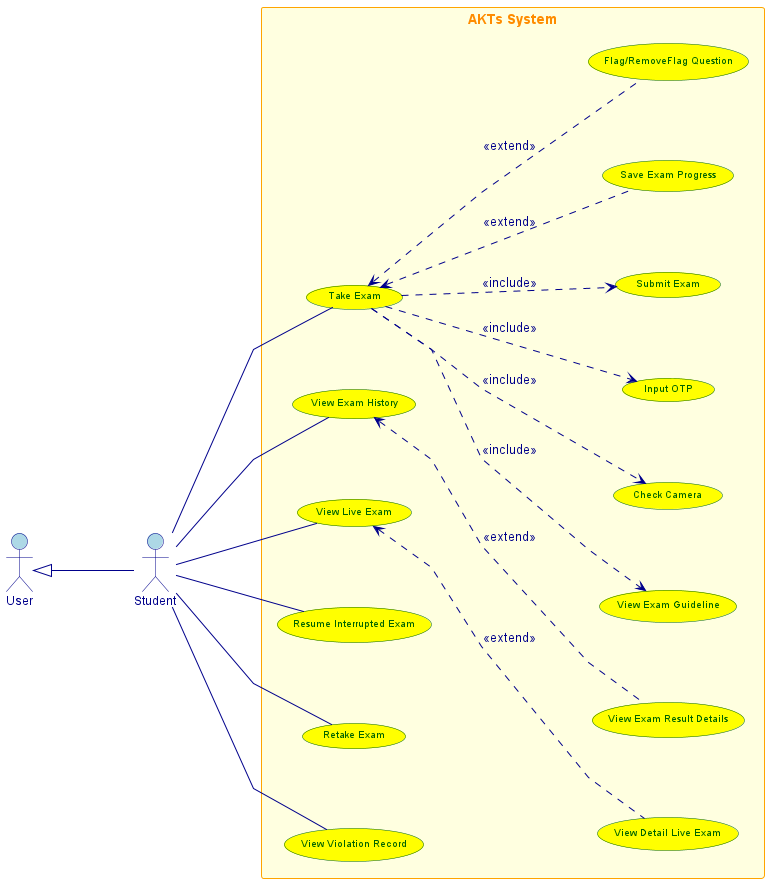
This is design/out/student/student.png from conghoan1211/AI-Kiosk-Testing-system, a PlantUML export, as it was before one commit. The source it was exported from:
```plantuml
@startuml
left to right direction
skinparam linetype polyline
skinparam nodesep 80
skinparam ranksep 100

skinparam actor {
  BackgroundColor lightblue
  BorderColor darkblue
  FontColor darkblue
  FontSize 12
}


skinparam usecase {
  BackgroundColor yellow
  BorderColor darkgreen
  FontColor darkgreen
  FontSize 10
}


skinparam rectangle {
  BackgroundColor lightyellow
  BorderColor orange
  FontColor darkorange
  FontSize 14
  FontStyle bold
}


skinparam arrow {
  Color darkblue
  FontColor darkblue
}


together {
  actor User as "User"
  actor Student as "Student"

}

rectangle "AKTs System" {
  (View Live Exam) as ViewLiveExam
  (View Detail Live Exam) as ViewDetailLiveExam
  (View Exam History) as ViewExamHistory
  (View Exam Result Details) as ViewExamResultDetails
  (View Exam Guideline) as ViewExamGuidelines
  (Check Camera) as CheckCamera
  (Take Exam) as TakeExam
  (Input OTP) as InputOTP
  (Submit Exam) as SubmitExam
  (Save Exam Progress) as SaveExamProgress
  (Flag/RemoveFlag Question) as FlagQuestion
  (Resume Interrupted Exam) as ResumeInterruptedExam
  (Retake Exam) as RetakeExam
  (View Violation Record) as ViewViolationRecord
}
User <|-d- Student
Student -- ViewLiveExam
Student -- ViewExamHistory
Student -- TakeExam
Student -- ResumeInterruptedExam
Student -- RetakeExam
Student -- ViewViolationRecord

ViewDetailLiveExam .u.> ViewLiveExam : <<extend>>
ViewExamResultDetails .u.> ViewExamHistory : <<extend>>
TakeExam .d.> InputOTP : <<include>>
TakeExam .d.> CheckCamera : <<include>>
TakeExam .d.> ViewExamGuidelines : <<include>>
TakeExam .d.> SubmitExam : <<include>>
SaveExamProgress .u.> TakeExam : <<extend>>
FlagQuestion .u.> TakeExam : <<extend>>

@enduml
```
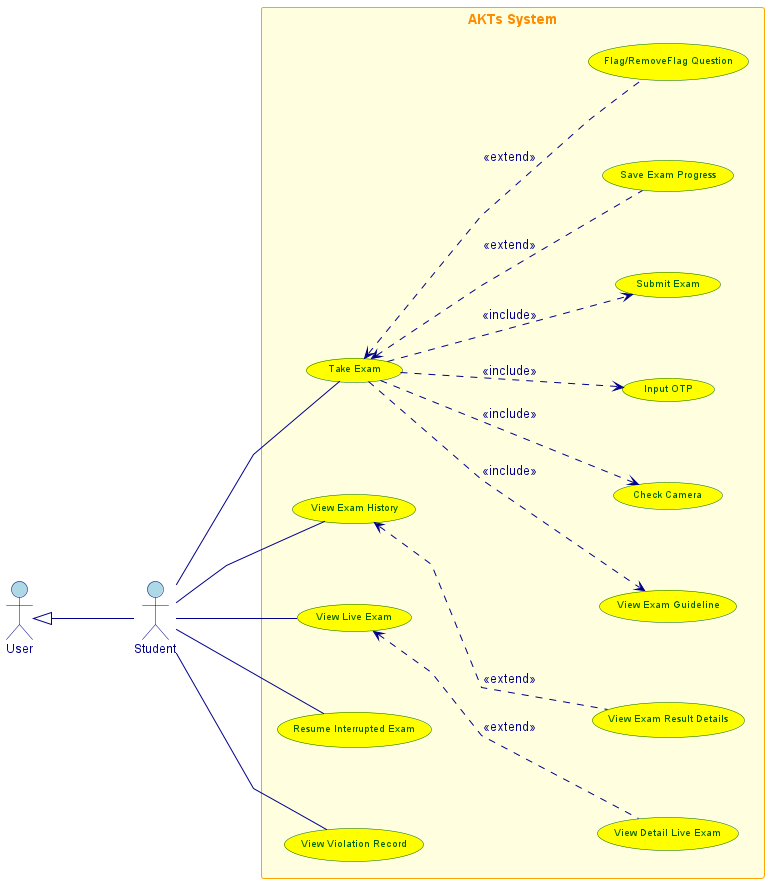
After the change.

Diff of the diagram source:
```diff
@@ -54,7 +54,7 @@
   (Save Exam Progress) as SaveExamProgress
   (Flag/RemoveFlag Question) as FlagQuestion
   (Resume Interrupted Exam) as ResumeInterruptedExam
-  (Retake Exam) as RetakeExam
+  (View Violation Record) as ViewViolationRecord
   (View Violation Record) as ViewViolationRecord
 }
 User <|-d- Student
@@ -62,7 +62,6 @@
 Student -- ViewExamHistory
 Student -- TakeExam
 Student -- ResumeInterruptedExam
-Student -- RetakeExam
 Student -- ViewViolationRecord
 
 ViewDetailLiveExam .u.> ViewLiveExam : <<extend>>
```
